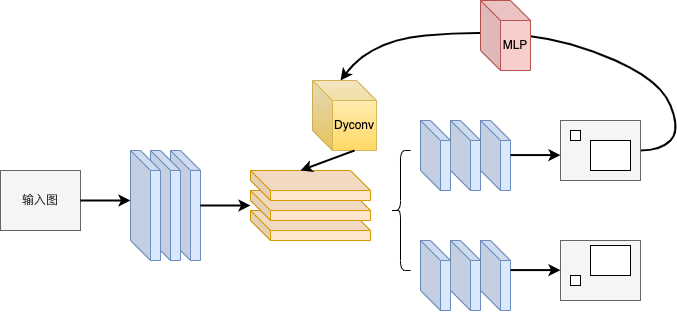
Above: be.png in johnran103/diagrams (draw.io), before the change. Source tidied: cells renumbered, new cells last; positions are measured from the earlier drawing's top-left corner, leaving out a move shared by most shapes. Source of this version:
```xml
<mxGraphModel>
  <root>
    <mxCell id="0" />
    <mxCell id="1" parent="0" />
    <mxCell id="2" value="输入图" style="rounded=0;whiteSpace=wrap;html=1;fillColor=#f5f5f5;fontColor=#333333;strokeColor=#666666;" parent="1" vertex="1">
      <mxGeometry y="170" width="80" height="60" as="geometry" />
    </mxCell>
    <mxCell id="3" style="endArrow=classic;html=1;rounded=0;exitX=1;exitY=0.5;exitDx=0;exitDy=0;strokeWidth=2;" parent="1" edge="1" source="2">
      <mxGeometry relative="1" as="geometry">
        <mxPoint x="130" y="200" as="targetPoint" />
      </mxGeometry>
    </mxCell>
    <mxCell id="4" style="shape=cube;whiteSpace=wrap;html=1;boundedLbl=1;backgroundOutline=1;darkOpacity=0.05;darkOpacity2=0.1;fillColor=#dae8fc;strokeColor=#6c8ebf;" parent="1" vertex="1">
      <mxGeometry x="170" y="150" width="30" height="110" as="geometry" />
    </mxCell>
    <mxCell id="5" style="shape=cube;whiteSpace=wrap;html=1;boundedLbl=1;backgroundOutline=1;darkOpacity=0.05;darkOpacity2=0.1;fillColor=#dae8fc;strokeColor=#6c8ebf;" parent="1" vertex="1">
      <mxGeometry x="150" y="150" width="30" height="110" as="geometry" />
    </mxCell>
    <mxCell id="6" style="shape=cube;whiteSpace=wrap;html=1;boundedLbl=1;backgroundOutline=1;darkOpacity=0.05;darkOpacity2=0.1;fillColor=#dae8fc;strokeColor=#6c8ebf;" parent="1" vertex="1">
      <mxGeometry x="130" y="150" width="30" height="110" as="geometry" />
    </mxCell>
    <mxCell id="7" style="shape=cube;whiteSpace=wrap;html=1;boundedLbl=1;backgroundOutline=1;darkOpacity=0.05;darkOpacity2=0.1;fillColor=#ffe6cc;strokeColor=#d79b00;" parent="1" vertex="1">
      <mxGeometry x="250" y="210" width="120" height="30" as="geometry" />
    </mxCell>
    <mxCell id="8" style="shape=cube;whiteSpace=wrap;html=1;boundedLbl=1;backgroundOutline=1;darkOpacity=0.05;darkOpacity2=0.1;fillColor=#ffe6cc;strokeColor=#d79b00;" parent="1" vertex="1">
      <mxGeometry x="250" y="190" width="120" height="30" as="geometry" />
    </mxCell>
    <mxCell id="9" style="shape=cube;whiteSpace=wrap;html=1;boundedLbl=1;backgroundOutline=1;darkOpacity=0.05;darkOpacity2=0.1;fillColor=#ffe6cc;strokeColor=#d79b00;" parent="1" vertex="1">
      <mxGeometry x="250" y="170" width="120" height="30" as="geometry" />
    </mxCell>
    <mxCell id="10" style="endArrow=classic;html=1;rounded=0;strokeWidth=2;" parent="1" edge="1">
      <mxGeometry relative="1" as="geometry">
        <mxPoint x="200" y="205" as="sourcePoint" />
        <mxPoint x="250" y="205" as="targetPoint" />
      </mxGeometry>
    </mxCell>
    <mxCell id="11" style="shape=curlyBracket;whiteSpace=wrap;html=1;rounded=1;labelPosition=left;verticalLabelPosition=middle;align=right;verticalAlign=middle;size=0.5;" parent="1" vertex="1">
      <mxGeometry x="390" y="150" width="20" height="120" as="geometry" />
    </mxCell>
    <mxCell id="12" style="shape=cube;whiteSpace=wrap;html=1;boundedLbl=1;backgroundOutline=1;darkOpacity=0.05;darkOpacity2=0.1;fillColor=#dae8fc;strokeColor=#6c8ebf;" parent="1" vertex="1">
      <mxGeometry x="450" y="120" width="30" height="70" as="geometry" />
    </mxCell>
    <mxCell id="13" style="shape=cube;whiteSpace=wrap;html=1;boundedLbl=1;backgroundOutline=1;darkOpacity=0.05;darkOpacity2=0.1;fillColor=#dae8fc;strokeColor=#6c8ebf;" parent="1" vertex="1">
      <mxGeometry x="420" y="120" width="30" height="70" as="geometry" />
    </mxCell>
    <mxCell id="14" style="shape=cube;whiteSpace=wrap;html=1;boundedLbl=1;backgroundOutline=1;darkOpacity=0.05;darkOpacity2=0.1;fillColor=#dae8fc;strokeColor=#6c8ebf;" parent="1" vertex="1">
      <mxGeometry x="480" y="120" width="30" height="70" as="geometry" />
    </mxCell>
    <mxCell id="15" style="curved=1;endArrow=classic;html=1;rounded=0;strokeWidth=2;" parent="1" edge="1">
      <mxGeometry relative="1" as="geometry">
        <mxPoint x="640" y="150" as="sourcePoint" />
        <mxPoint x="340" y="80" as="targetPoint" />
        <Array as="points">
          <mxPoint x="660" y="150" />
          <mxPoint x="680" y="130" />
          <mxPoint x="660" y="80" />
          <mxPoint x="570" y="40" />
          <mxPoint x="480" y="30" />
          <mxPoint x="370" y="40" />
        </Array>
      </mxGeometry>
    </mxCell>
    <mxCell id="16" style="rounded=0;whiteSpace=wrap;html=1;fillColor=#f5f5f5;fontColor=#333333;strokeColor=#666666;" parent="1" vertex="1">
      <mxGeometry x="560" y="120" width="80" height="60" as="geometry" />
    </mxCell>
    <mxCell id="17" style="rounded=0;whiteSpace=wrap;html=1;" parent="1" vertex="1">
      <mxGeometry x="570" y="130" width="10" height="10" as="geometry" />
    </mxCell>
    <mxCell id="18" style="rounded=0;whiteSpace=wrap;html=1;" parent="1" vertex="1">
      <mxGeometry x="590" y="140" width="40" height="30" as="geometry" />
    </mxCell>
    <mxCell id="19" style="endArrow=classic;html=1;rounded=0;exitX=1;exitY=0.5;exitDx=0;exitDy=0;strokeWidth=2;" parent="1" edge="1">
      <mxGeometry relative="1" as="geometry">
        <mxPoint x="510" y="154.6" as="sourcePoint" />
        <mxPoint x="560" y="154.6" as="targetPoint" />
      </mxGeometry>
    </mxCell>
    <mxCell id="20" value="MLP" style="shape=cube;whiteSpace=wrap;html=1;boundedLbl=1;backgroundOutline=1;darkOpacity=0.05;darkOpacity2=0.1;fillColor=#f8cecc;strokeColor=#b85450;" parent="1" vertex="1">
      <mxGeometry x="480" width="50" height="70" as="geometry" />
    </mxCell>
    <mxCell id="21" value="Dyconv" style="shape=cube;whiteSpace=wrap;html=1;boundedLbl=1;backgroundOutline=1;darkOpacity=0.05;darkOpacity2=0.1;fillColor=#fff2cc;gradientColor=#ffd966;strokeColor=#d6b656;" parent="1" vertex="1">
      <mxGeometry x="312" y="80" width="64" height="70" as="geometry" />
    </mxCell>
    <mxCell id="22" style="endArrow=classic;html=1;rounded=0;strokeWidth=2;exitX=0;exitY=0;exitDx=42;exitDy=70;exitPerimeter=0;entryX=0;entryY=0;entryDx=50;entryDy=0;entryPerimeter=0;" parent="1" edge="1" source="21" target="9">
      <mxGeometry relative="1" as="geometry" />
    </mxCell>
    <mxCell id="23" style="shape=cube;whiteSpace=wrap;html=1;boundedLbl=1;backgroundOutline=1;darkOpacity=0.05;darkOpacity2=0.1;fillColor=#dae8fc;strokeColor=#6c8ebf;" parent="1" vertex="1">
      <mxGeometry x="450" y="240" width="30" height="70" as="geometry" />
    </mxCell>
    <mxCell id="24" style="shape=cube;whiteSpace=wrap;html=1;boundedLbl=1;backgroundOutline=1;darkOpacity=0.05;darkOpacity2=0.1;fillColor=#dae8fc;strokeColor=#6c8ebf;" parent="1" vertex="1">
      <mxGeometry x="420" y="240" width="30" height="70" as="geometry" />
    </mxCell>
    <mxCell id="25" style="shape=cube;whiteSpace=wrap;html=1;boundedLbl=1;backgroundOutline=1;darkOpacity=0.05;darkOpacity2=0.1;fillColor=#dae8fc;strokeColor=#6c8ebf;" parent="1" vertex="1">
      <mxGeometry x="480" y="240" width="30" height="70" as="geometry" />
    </mxCell>
    <mxCell id="26" style="rounded=0;whiteSpace=wrap;html=1;fillColor=#f5f5f5;fontColor=#333333;strokeColor=#666666;" parent="1" vertex="1">
      <mxGeometry x="560" y="240" width="80" height="60" as="geometry" />
    </mxCell>
    <mxCell id="27" style="endArrow=classic;html=1;rounded=0;exitX=1;exitY=0.5;exitDx=0;exitDy=0;strokeWidth=2;" parent="1" edge="1">
      <mxGeometry relative="1" as="geometry">
        <mxPoint x="510" y="269.6" as="sourcePoint" />
        <mxPoint x="560" y="269.6" as="targetPoint" />
      </mxGeometry>
    </mxCell>
    <mxCell id="28" style="rounded=0;whiteSpace=wrap;html=1;" parent="1" vertex="1">
      <mxGeometry x="590" y="245" width="40" height="30" as="geometry" />
    </mxCell>
    <mxCell id="29" style="rounded=0;whiteSpace=wrap;html=1;" parent="1" vertex="1">
      <mxGeometry x="570" y="275" width="10" height="10" as="geometry" />
    </mxCell>
  </root>
</mxGraphModel>
```
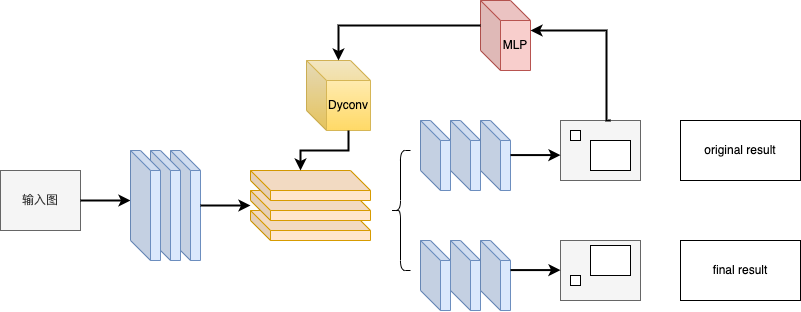
The same diagram one commit later.

What changed in the source:
```diff
@@ -46,20 +46,6 @@
     <mxCell id="14" style="shape=cube;whiteSpace=wrap;html=1;boundedLbl=1;backgroundOutline=1;darkOpacity=0.05;darkOpacity2=0.1;fillColor=#dae8fc;strokeColor=#6c8ebf;" parent="1" vertex="1">
       <mxGeometry x="480" y="120" width="30" height="70" as="geometry" />
     </mxCell>
-    <mxCell id="15" style="curved=1;endArrow=classic;html=1;rounded=0;strokeWidth=2;" parent="1" edge="1">
-      <mxGeometry relative="1" as="geometry">
-        <mxPoint x="640" y="150" as="sourcePoint" />
-        <mxPoint x="340" y="80" as="targetPoint" />
-        <Array as="points">
-          <mxPoint x="660" y="150" />
-          <mxPoint x="680" y="130" />
-          <mxPoint x="660" y="80" />
-          <mxPoint x="570" y="40" />
-          <mxPoint x="480" y="30" />
-          <mxPoint x="370" y="40" />
-        </Array>
-      </mxGeometry>
-    </mxCell>
     <mxCell id="16" style="rounded=0;whiteSpace=wrap;html=1;fillColor=#f5f5f5;fontColor=#333333;strokeColor=#666666;" parent="1" vertex="1">
       <mxGeometry x="560" y="120" width="80" height="60" as="geometry" />
     </mxCell>
@@ -79,9 +65,9 @@
       <mxGeometry x="480" width="50" height="70" as="geometry" />
     </mxCell>
     <mxCell id="21" value="Dyconv" style="shape=cube;whiteSpace=wrap;html=1;boundedLbl=1;backgroundOutline=1;darkOpacity=0.05;darkOpacity2=0.1;fillColor=#fff2cc;gradientColor=#ffd966;strokeColor=#d6b656;" parent="1" vertex="1">
-      <mxGeometry x="312" y="80" width="64" height="70" as="geometry" />
+      <mxGeometry x="306" y="60" width="64" height="70" as="geometry" />
     </mxCell>
-    <mxCell id="22" style="endArrow=classic;html=1;rounded=0;strokeWidth=2;exitX=0;exitY=0;exitDx=42;exitDy=70;exitPerimeter=0;entryX=0;entryY=0;entryDx=50;entryDy=0;entryPerimeter=0;" parent="1" edge="1" source="21" target="9">
+    <mxCell id="22" style="endArrow=classic;html=1;rounded=0;strokeWidth=2;exitX=0;exitY=0;exitDx=42;exitDy=70;exitPerimeter=0;entryX=0;entryY=0;entryDx=50;entryDy=0;entryPerimeter=0;edgeStyle=orthogonalEdgeStyle;" parent="1" edge="1" source="21" target="9">
       <mxGeometry relative="1" as="geometry" />
     </mxCell>
     <mxCell id="23" style="shape=cube;whiteSpace=wrap;html=1;boundedLbl=1;backgroundOutline=1;darkOpacity=0.05;darkOpacity2=0.1;fillColor=#dae8fc;strokeColor=#6c8ebf;" parent="1" vertex="1">
@@ -108,5 +94,27 @@
     <mxCell id="29" style="rounded=0;whiteSpace=wrap;html=1;" parent="1" vertex="1">
       <mxGeometry x="570" y="275" width="10" height="10" as="geometry" />
     </mxCell>
+    <mxCell id="30" value="final result" style="rounded=0;whiteSpace=wrap;html=1;" parent="1" vertex="1">
+      <mxGeometry x="680" y="240" width="120" height="60" as="geometry" />
+    </mxCell>
+    <mxCell id="31" value="original result" style="rounded=0;whiteSpace=wrap;html=1;" parent="1" vertex="1">
+      <mxGeometry x="680" y="120" width="120" height="60" as="geometry" />
+    </mxCell>
+    <mxCell id="32" style="endArrow=classic;html=1;rounded=0;strokeWidth=2;edgeStyle=orthogonalEdgeStyle;entryX=0;entryY=0;entryDx=22;entryDy=0;entryPerimeter=0;exitX=0;exitY=0;exitDx=0;exitDy=25;exitPerimeter=0;" parent="1" edge="1" source="20" target="21">
+      <mxGeometry relative="1" as="geometry">
+        <Array as="points">
+          <mxPoint x="338" y="25" />
+        </Array>
+      </mxGeometry>
+    </mxCell>
+    <mxCell id="33" style="endArrow=classic;html=1;rounded=0;strokeWidth=2;edgeStyle=orthogonalEdgeStyle;" parent="1" edge="1">
+      <mxGeometry relative="1" as="geometry">
+        <mxPoint x="610" y="120" as="sourcePoint" />
+        <mxPoint x="530" y="30" as="targetPoint" />
+        <Array as="points">
+          <mxPoint x="606" y="30" />
+        </Array>
+      </mxGeometry>
+    </mxCell>
   </root>
 </mxGraphModel>
```
